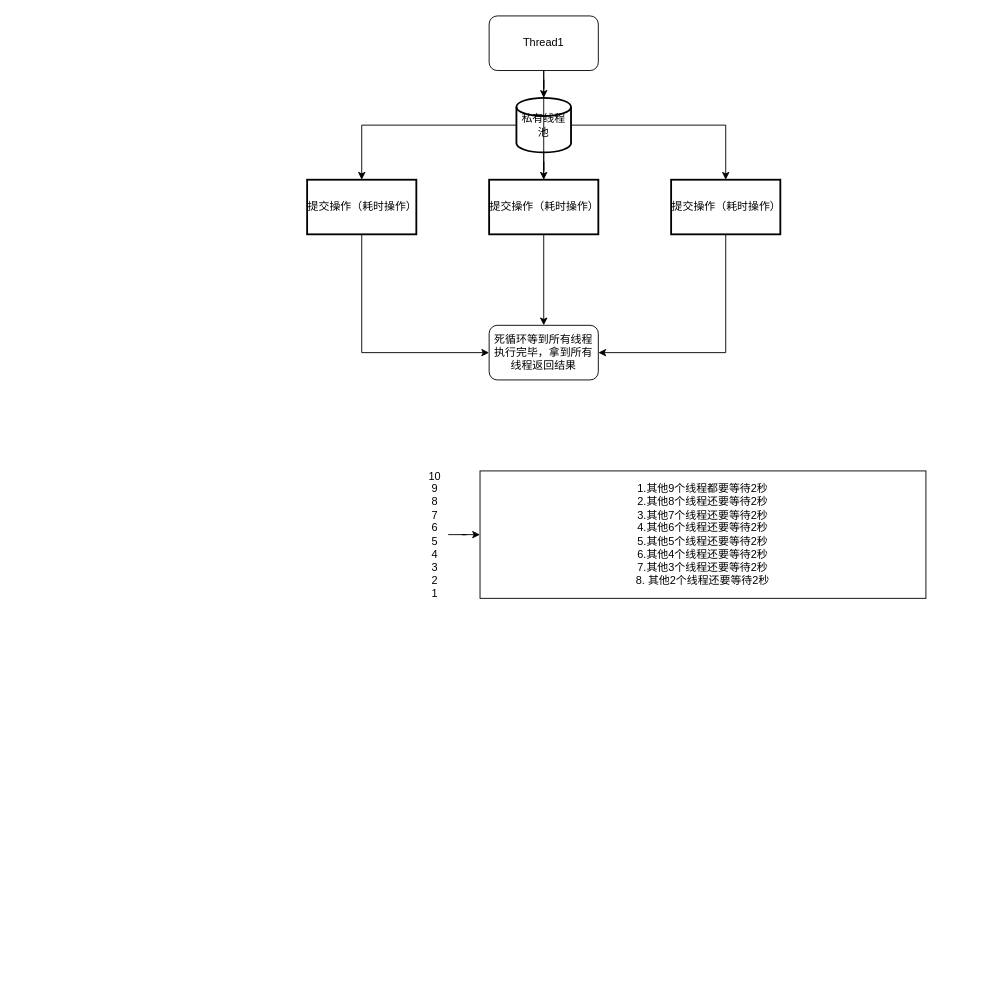
GaoAng-HRERS/diagram keeps this draw.io diagram as Untitled Diagram.drawio. Above is the earlier version. Source tidied: cells renumbered, new cells numbered last; positions are measured from the earlier drawing's top-left corner, leaving out a move shared by most shapes. Both pictures are drawn from the tidied source at 91%, with x=0, y=0 at pixel (307, 15).
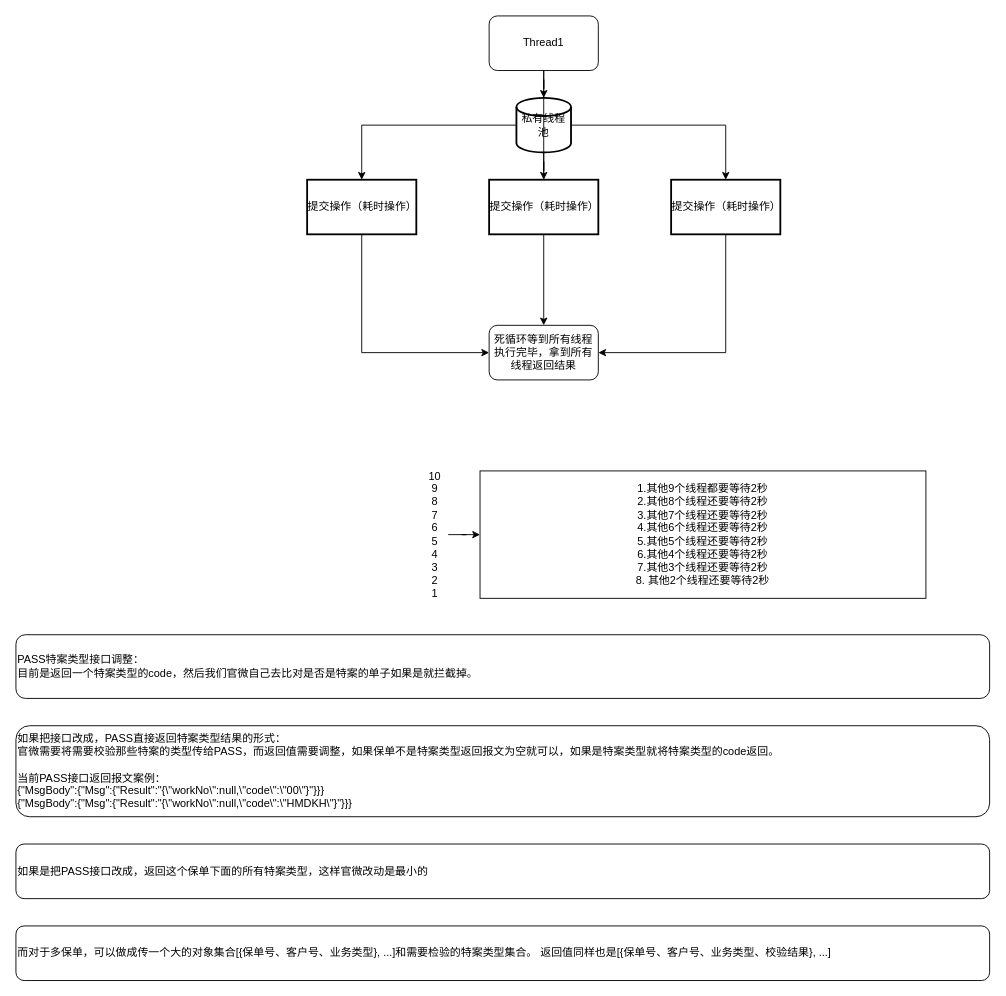
The same diagram, later.

Commit message:
特案类型解决方案

Diff of the diagram source:
```diff
@@
+    <mxCell id="19" value="&lt;div style=&quot;text-align: left&quot;&gt;&lt;br&gt;&lt;/div&gt;" style="text;html=1;align=center;verticalAlign=middle;strokeColor=none;fillColor=none;" parent="1" vertex="1">
+      <mxGeometry x="110" y="690" width="20" height="20" as="geometry" />
+    </mxCell>
+    <mxCell id="20" value="&lt;div&gt;&lt;span&gt;PASS特案类型接口调整：&lt;/span&gt;&lt;/div&gt;&lt;div&gt;&lt;span&gt;目前是返回一个特案类型的code，然后我们官微自己去比对是否是特案的单子如果是就拦截掉。&lt;/span&gt;&lt;/div&gt;" style="rounded=1;whiteSpace=wrap;html=1;align=left;" parent="1" vertex="1">
+      <mxGeometry x="-320" y="680" width="1070" height="70" as="geometry" />
+    </mxCell>
+    <mxCell id="21" value="如果把接口改成，PASS直接返回特案类型结果的形式：&lt;br&gt;官微需要将需要校验那些特案的类型传给PASS，而返回值需要调整，如果保单不是特案类型返回报文为空就可以，如果是特案类型就将特案类型的code返回。&lt;br&gt;&lt;br&gt;当前PASS接口返回报文案例：&lt;br&gt;&lt;div&gt;{&quot;MsgBody&quot;:{&quot;Msg&quot;:{&quot;Result&quot;:&quot;{\&quot;workNo\&quot;:null,\&quot;code\&quot;:\&quot;00\&quot;}&quot;}}}&lt;/div&gt;&lt;div&gt;{&quot;MsgBody&quot;:{&quot;Msg&quot;:{&quot;Result&quot;:&quot;{\&quot;workNo\&quot;:null,\&quot;code\&quot;:\&quot;HMDKH\&quot;}&quot;}}}&lt;/div&gt;" style="rounded=1;whiteSpace=wrap;html=1;align=left;" parent="1" vertex="1">
+      <mxGeometry x="-320" y="780" width="1070" height="100" as="geometry" />
+    </mxCell>
+    <mxCell id="22" value="如果是把PASS接口改成，返回这个保单下面的所有特案类型，这样官微改动是最小的" style="rounded=1;whiteSpace=wrap;html=1;align=left;" parent="1" vertex="1">
+      <mxGeometry x="-320" y="910" width="1070" height="60" as="geometry" />
+    </mxCell>
+    <mxCell id="23" value="而对于多保单，可以做成传一个大的对象集合[{保单号、客户号、业务类型}, ...]和需要检验的特案类型集合。 返回值同样也是[{保单号、客户号、业务类型、校验结果}, ...]&amp;nbsp;" style="rounded=1;whiteSpace=wrap;html=1;align=left;" parent="1" vertex="1">
+      <mxGeometry x="-320" y="1000" width="1070" height="60" as="geometry" />
+    </mxCell>
```
